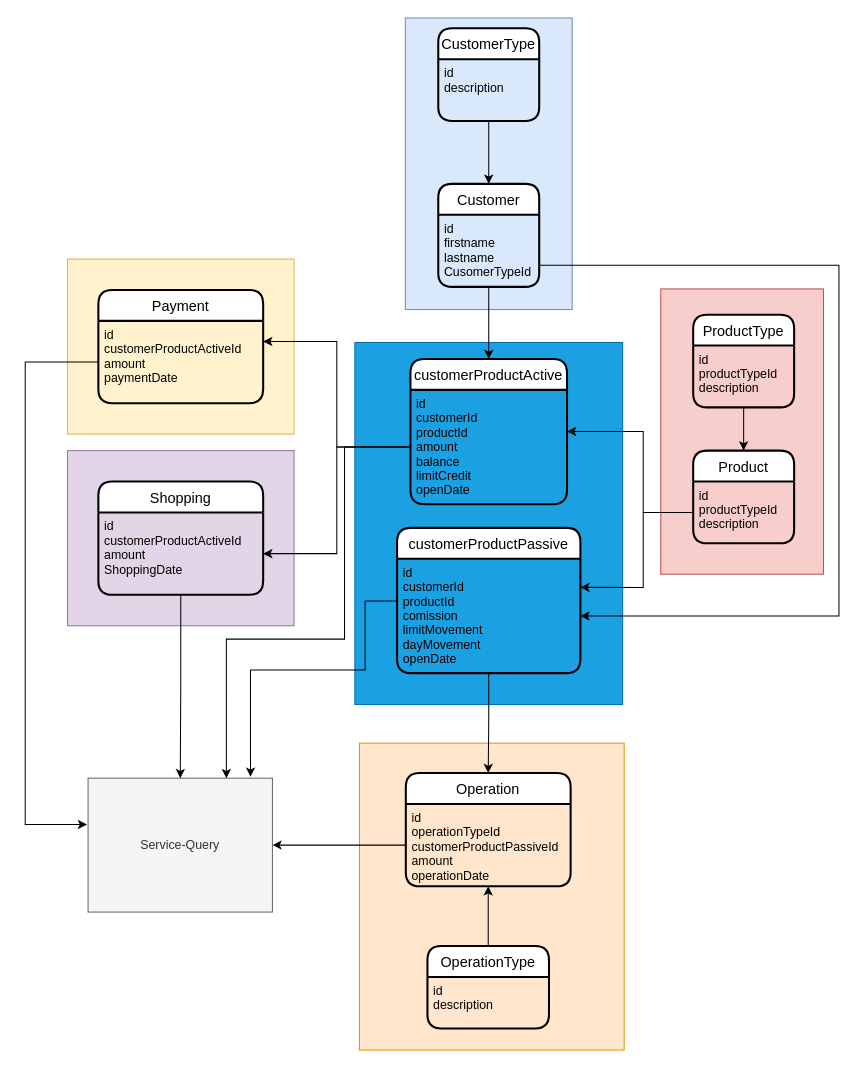
Earlier version of the draw.io diagram page "BD" (2 of 2) of Diagrama-solucion.drawio (SpDkMn01/bootcamp_documentation). Source tidied: cells renumbered, new cells numbered last; positions are measured from the earlier drawing's top-left corner, leaving out a move shared by most shapes. Both pictures are drawn from the tidied source at 103%, with x=0, y=0 at pixel (25, 18).
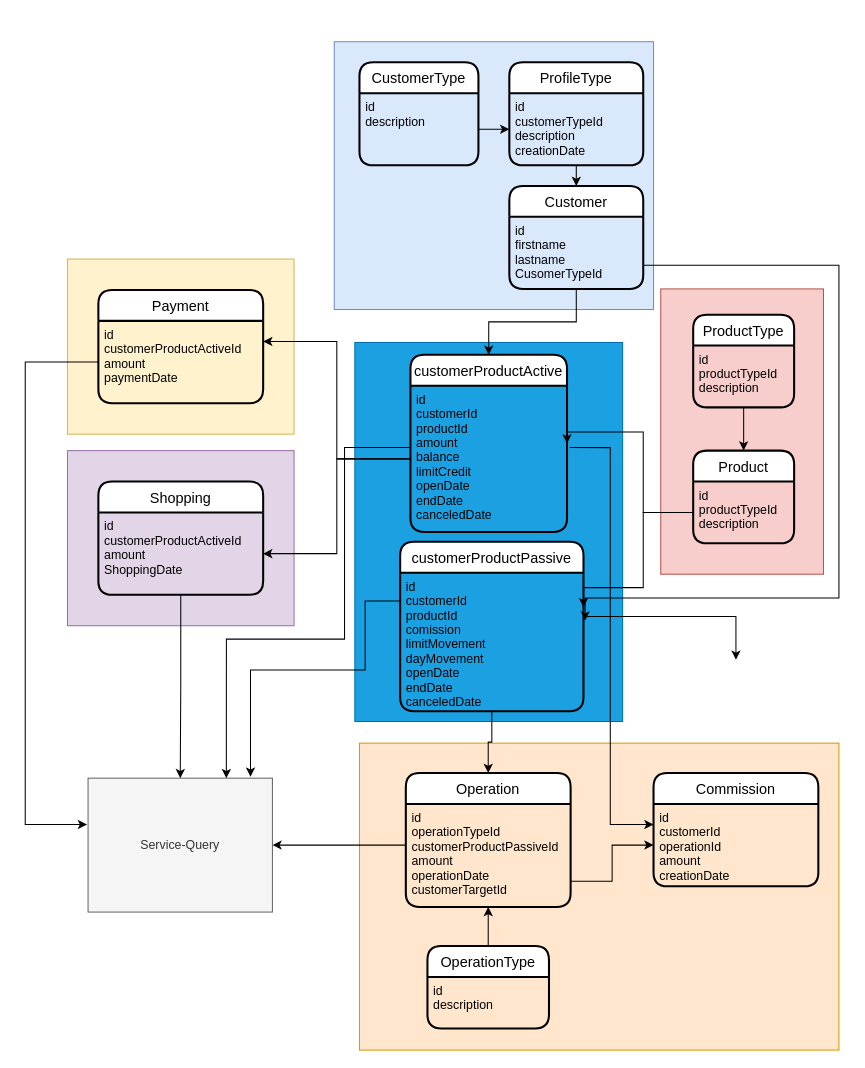
The same page after the edit.

Unchanged cells that the change refers to:
```xml
<mxCell id="19" value="Service-Query" style="rounded=0;whiteSpace=wrap;html=1;fillColor=#f5f5f5;strokeColor=#666666;fontColor=#333333;" parent="1" vertex="1">
  <mxGeometry x="61" y="738" width="179" height="130" as="geometry" />
</mxCell>
```

What changed in the source:
```diff
@@
     <mxCell id="2" style="rounded=0;whiteSpace=wrap;html=1;fillColor=#1ba1e2;fontColor=#ffffff;strokeColor=#006EAF;" parent="1" vertex="1">
-      <mxGeometry x="320" y="315" width="260" height="351.5" as="geometry" />
+      <mxGeometry x="320" y="315" width="260" height="368" as="geometry" />
     </mxCell>
@@
     <mxCell id="4" style="rounded=0;whiteSpace=wrap;html=1;fillColor=#ffe6cc;strokeColor=#d79b00;" parent="1" vertex="1">
-      <mxGeometry x="324.5" y="704" width="257" height="298" as="geometry" />
+      <mxGeometry x="324.5" y="704" width="465.5" height="298" as="geometry" />
     </mxCell>
+    <mxCell id="44" style="edgeStyle=orthogonalEdgeStyle;rounded=0;jettySize=auto;html=1;entryX=0;entryY=0.5;entryDx=0;entryDy=0;exitX=1;exitY=0.75;exitDx=0;exitDy=0;" parent="1" edge="1" source="15" target="46">
+      <mxGeometry relative="1" as="geometry" />
+    </mxCell>
@@
     <mxCell id="6" style="rounded=0;whiteSpace=wrap;html=1;fillColor=#dae8fc;strokeColor=#6c8ebf;" parent="1" vertex="1">
-      <mxGeometry x="369" width="162" height="283" as="geometry" />
+      <mxGeometry x="300" y="23" width="310" height="260" as="geometry" />
     </mxCell>
     <mxCell id="7" value="Customer" style="swimlane;horizontal=1;startSize=30;rounded=1;fontSize=14;fontStyle=0;strokeWidth=2;shadow=0;dashed=0;align=center;" parent="1" vertex="1">
-      <mxGeometry x="401" y="161" width="98" height="100" as="geometry" />
+      <mxGeometry x="470" y="163" width="130" height="100" as="geometry" />
     </mxCell>
     <mxCell id="8" value="id&#10;firstname&#10;lastname&#10;CusomerTypeId" style="align=left;strokeColor=none;fillColor=none;spacingLeft=4;fontSize=12;verticalAlign=top;dashed=1;" parent="7" vertex="1">
-      <mxGeometry y="30" width="98" height="70" as="geometry" />
+      <mxGeometry y="30" width="130" height="70" as="geometry" />
     </mxCell>
-    <mxCell id="9" style="edgeStyle=orthogonalEdgeStyle;rounded=0;jettySize=auto;html=1;entryX=0.5;entryY=0;entryDx=0;entryDy=0;" parent="1" edge="1" source="10" target="7">
+    <mxCell id="9" style="edgeStyle=orthogonalEdgeStyle;rounded=0;jettySize=auto;html=1;exitX=1;exitY=0.5;exitDx=0;exitDy=0;" parent="1" edge="1" source="11" target="50">
       <mxGeometry relative="1" as="geometry" />
     </mxCell>
     <mxCell id="10" value="CustomerType" style="swimlane;horizontal=1;startSize=30;rounded=1;fontSize=14;fontStyle=0;strokeWidth=2;shadow=0;dashed=0;align=center;" parent="1" vertex="1">
-      <mxGeometry x="401" y="10" width="98" height="90" as="geometry" />
+      <mxGeometry x="324.5" y="43" width="115.5" height="100" as="geometry" />
     </mxCell>
     <mxCell id="11" value="id&#10;description" style="align=left;strokeColor=none;fillColor=none;spacingLeft=4;fontSize=12;verticalAlign=top;dashed=1;" parent="10" vertex="1">
-      <mxGeometry y="30" width="98" height="60" as="geometry" />
+      <mxGeometry y="30" width="115.5" height="70" as="geometry" />
     </mxCell>
@@
     <mxCell id="14" value="Operation" style="swimlane;horizontal=1;startSize=30;rounded=1;fontSize=14;fontStyle=0;strokeWidth=2;shadow=0;dashed=0;align=center;" parent="1" vertex="1">
-      <mxGeometry x="369.5" y="733" width="160" height="110" as="geometry" />
+      <mxGeometry x="369.5" y="733" width="160" height="130" as="geometry" />
     </mxCell>
-    <mxCell id="15" value="id&#10;operationTypeId&#10;customerProductPassiveId&#10;amount&#10;operationDate&#10;" style="align=left;strokeColor=none;fillColor=none;spacingLeft=4;fontSize=12;verticalAlign=top;dashed=1;" parent="14" vertex="1">
-      <mxGeometry y="30" width="160" height="80" as="geometry" />
+    <mxCell id="15" value="id&#10;operationTypeId&#10;customerProductPassiveId&#10;amount&#10;operationDate&#10;customerTargetId&#10;" style="align=left;strokeColor=none;fillColor=none;spacingLeft=4;fontSize=12;verticalAlign=top;dashed=1;" parent="14" vertex="1">
+      <mxGeometry y="30" width="160" height="100" as="geometry" />
     </mxCell>
@@
     <mxCell id="24" value="customerProductActive" style="swimlane;horizontal=1;startSize=30;rounded=1;fontSize=14;fontStyle=0;strokeWidth=2;shadow=0;dashed=0;align=center;" parent="1" vertex="1">
-      <mxGeometry x="374" y="331" width="152" height="141" as="geometry" />
+      <mxGeometry x="374" y="327" width="152" height="172" as="geometry" />
     </mxCell>
-    <mxCell id="25" value="id&#10;customerId&#10;productId&#10;amount&#10;balance&#10;limitCredit&#10;openDate" style="align=left;strokeColor=none;fillColor=none;spacingLeft=4;fontSize=12;verticalAlign=top;dashed=1;" parent="24" vertex="1">
-      <mxGeometry y="30" width="152" height="111" as="geometry" />
+    <mxCell id="25" value="id&#10;customerId&#10;productId&#10;amount&#10;balance&#10;limitCredit&#10;openDate&#10;endDate&#10;canceledDate" style="align=left;strokeColor=none;fillColor=none;spacingLeft=4;fontSize=12;verticalAlign=top;dashed=1;" parent="24" vertex="1">
+      <mxGeometry y="30" width="152" height="142" as="geometry" />
     </mxCell>
@@
     <mxCell id="27" value="customerProductPassive" style="swimlane;horizontal=1;startSize=30;rounded=1;fontSize=14;fontStyle=0;strokeWidth=2;shadow=0;dashed=0;align=center;" parent="1" vertex="1">
-      <mxGeometry x="361" y="495" width="178" height="141" as="geometry" />
+      <mxGeometry x="364" y="508.5" width="178" height="164.5" as="geometry" />
     </mxCell>
-    <mxCell id="28" value="id&#10;customerId&#10;productId&#10;comission&#10;limitMovement&#10;dayMovement&#10;openDate" style="align=left;strokeColor=none;fillColor=none;spacingLeft=4;fontSize=12;verticalAlign=top;dashed=1;" parent="27" vertex="1">
-      <mxGeometry y="30" width="178" height="111" as="geometry" />
+    <mxCell id="28" value="id&#10;customerId&#10;productId&#10;comission&#10;limitMovement&#10;dayMovement&#10;openDate&#10;endDate&#10;canceledDate" style="align=left;strokeColor=none;fillColor=none;spacingLeft=4;fontSize=12;verticalAlign=top;dashed=1;" parent="27" vertex="1">
+      <mxGeometry y="30" width="178" height="134.5" as="geometry" />
     </mxCell>
@@
-    <mxCell id="32" style="edgeStyle=orthogonalEdgeStyle;rounded=0;jettySize=auto;html=1;entryX=1;entryY=0.5;entryDx=0;entryDy=0;" parent="1" edge="1" source="8" target="28">
+    <mxCell id="32" style="edgeStyle=orthogonalEdgeStyle;rounded=0;jettySize=auto;html=1;entryX=1.009;entryY=0.345;entryDx=0;entryDy=0;entryPerimeter=0;" parent="1" edge="1" source="8" target="28">
       <mxGeometry relative="1" as="geometry">
         <Array as="points">
           <mxPoint x="790" y="240" />
-          <mxPoint x="790" y="581" />
+          <mxPoint x="790" y="563" />
         </Array>
       </mxGeometry>
     </mxCell>
@@
     <mxCell id="41" style="edgeStyle=orthogonalEdgeStyle;rounded=0;jettySize=auto;html=1;" parent="1" edge="1" source="15" target="19">
-      <mxGeometry relative="1" as="geometry" />
+      <mxGeometry relative="1" as="geometry">
+        <Array as="points">
+          <mxPoint x="350" y="803" />
+          <mxPoint x="350" y="803" />
+        </Array>
+      </mxGeometry>
     </mxCell>
@@
+    <mxCell id="45" value="Commission" style="swimlane;horizontal=1;startSize=30;rounded=1;fontSize=14;fontStyle=0;strokeWidth=2;shadow=0;dashed=0;align=center;" parent="1" vertex="1">
+      <mxGeometry x="610" y="733" width="160" height="110" as="geometry" />
+    </mxCell>
+    <mxCell id="46" value="id&#10;customerId&#10;operationId&#10;amount&#10;creationDate" style="align=left;strokeColor=none;fillColor=none;spacingLeft=4;fontSize=12;verticalAlign=top;dashed=1;" parent="45" vertex="1">
+      <mxGeometry y="30" width="160" height="80" as="geometry" />
+    </mxCell>
+    <mxCell id="47" style="edgeStyle=orthogonalEdgeStyle;rounded=0;jettySize=auto;html=1;entryX=0;entryY=0.25;entryDx=0;entryDy=0;exitX=1.018;exitY=0.423;exitDx=0;exitDy=0;exitPerimeter=0;" parent="1" edge="1" source="25" target="46">
+      <mxGeometry relative="1" as="geometry" />
+    </mxCell>
+    <mxCell id="48" style="edgeStyle=orthogonalEdgeStyle;rounded=0;jettySize=auto;html=1;" parent="1" edge="1" source="28">
+      <mxGeometry relative="1" as="geometry">
+        <mxPoint x="690" y="623" as="targetPoint" />
+        <Array as="points">
+          <mxPoint x="690" y="581" />
+        </Array>
+      </mxGeometry>
+    </mxCell>
+    <mxCell id="49" value="ProfileType" style="swimlane;horizontal=1;startSize=30;rounded=1;fontSize=14;fontStyle=0;strokeWidth=2;shadow=0;dashed=0;align=center;" parent="1" vertex="1">
+      <mxGeometry x="470" y="43" width="130" height="100" as="geometry" />
+    </mxCell>
+    <mxCell id="50" value="id&#10;customerTypeId&#10;description&#10;creationDate" style="align=left;strokeColor=none;fillColor=none;spacingLeft=4;fontSize=12;verticalAlign=top;dashed=1;" parent="49" vertex="1">
+      <mxGeometry y="30" width="130" height="70" as="geometry" />
+    </mxCell>
+    <mxCell id="51" style="edgeStyle=orthogonalEdgeStyle;rounded=0;jettySize=auto;html=1;" parent="1" edge="1" source="50" target="7">
+      <mxGeometry relative="1" as="geometry" />
+    </mxCell>
```
